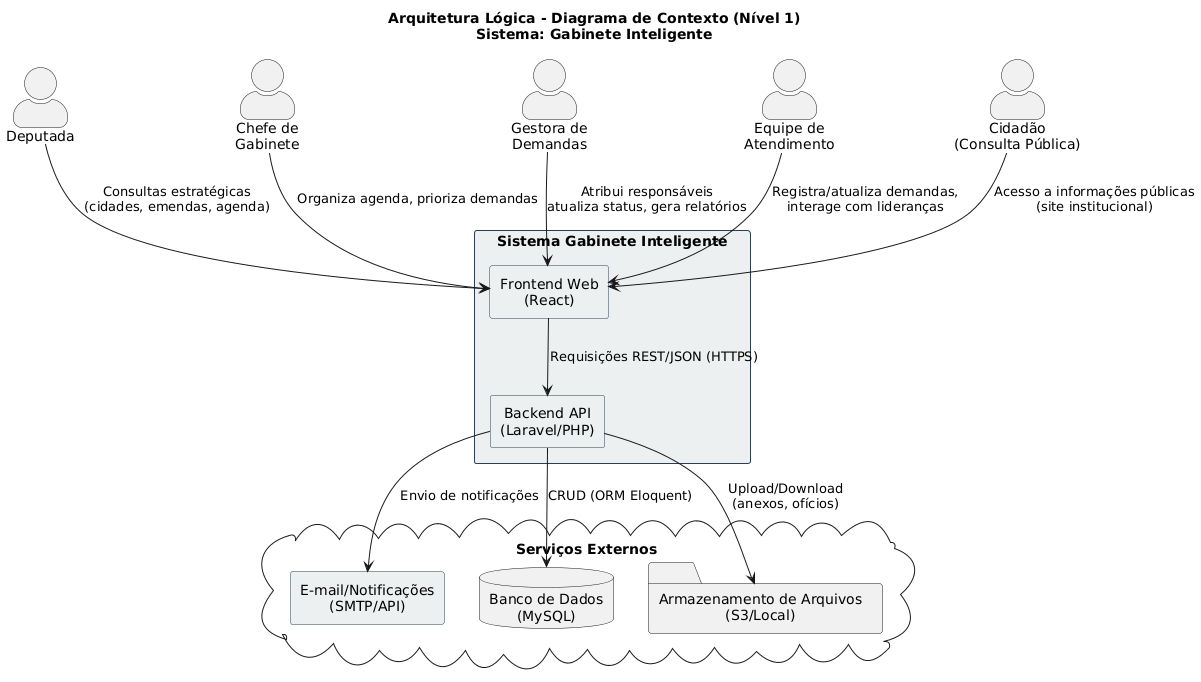
Above: Artefatos/Arquitetura/Diagrama-contexto.png in ICEI-PUC-Minas-PPLES-TI/plf-es-2025-2-tcci-0393100-dev-bernardo-biondini (PlantUML), before the change. Its diagram source:
```plantuml
@startuml
title Arquitetura Lógica - Diagrama de Contexto (Nível 1)\nSistema: Gabinete Inteligente

skinparam shadowing false
skinparam rectangle {
  BorderColor #2c3e50
  BackgroundColor #ecf0f1
}
skinparam actorStyle awesome
skinparam defaultTextAlignment center

actor "Deputada" as Deputada
actor "Chefe de\nGabinete" as Chefe
actor "Gestora de\nDemandas" as Gestora
actor "Equipe de\nAtendimento" as Atendimento
actor "Cidadão\n(Consulta Pública)" as Cidadao

rectangle "Sistema Gabinete Inteligente" as SGI {
  rectangle "Frontend Web\n(React)" as FE
  rectangle "Backend API\n(Laravel/PHP)" as BE
}

cloud "Serviços Externos" as Ext {
  rectangle "E-mail/Notificações\n(SMTP/API)" as Email
  database "Banco de Dados\n(MySQL)" as DB
  folder "Armazenamento de Arquivos\n(S3/Local)" as Storage
}

Deputada --> FE : Consultas estratégicas\n(cidades, emendas, agenda)
Chefe --> FE : Organiza agenda, prioriza demandas
Gestora --> FE : Atribui responsáveis\natualiza status, gera relatórios
Atendimento --> FE : Registra/atualiza demandas,\ninterage com lideranças
Cidadao --> FE : Acesso a informações públicas\n(site institucional)

FE --> BE : Requisições REST/JSON (HTTPS)
BE --> DB : CRUD (ORM Eloquent)
BE --> Storage : Upload/Download\n(anexos, ofícios)
BE --> Email : Envio de notificações
@enduml
```
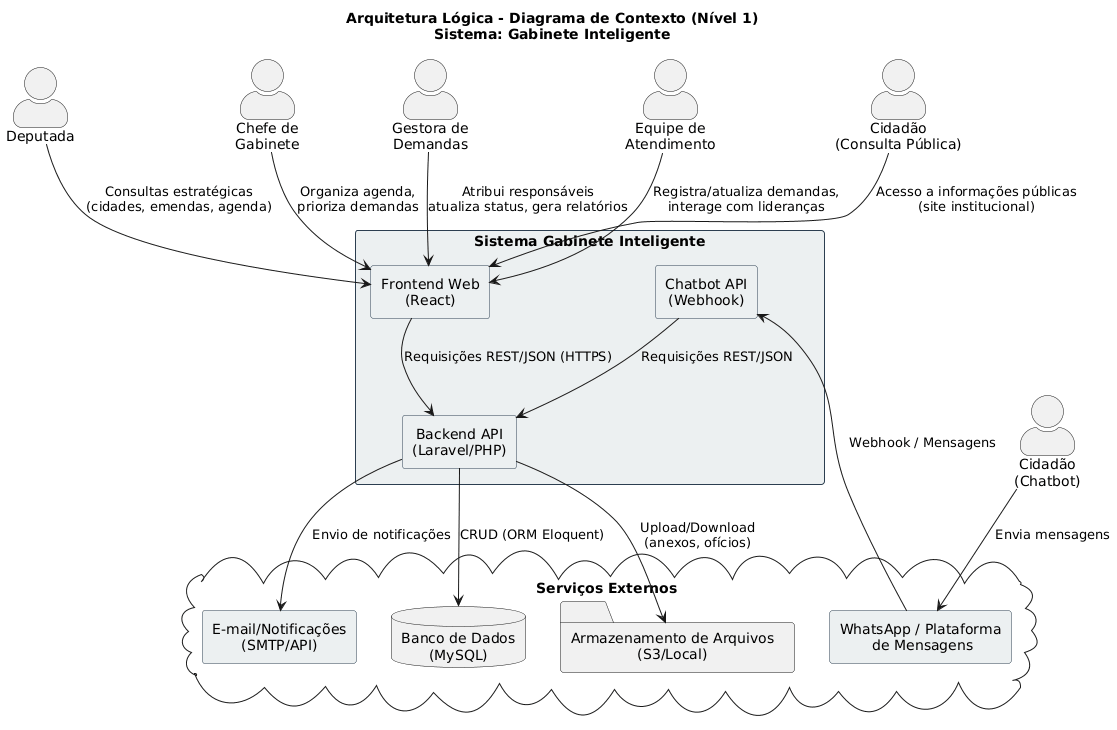
The same diagram one commit later.

The edit, as a diff of the source:
```diff
@@ -13,24 +13,31 @@
 actor "Chefe de\nGabinete" as Chefe
 actor "Gestora de\nDemandas" as Gestora
 actor "Equipe de\nAtendimento" as Atendimento
-actor "Cidadão\n(Consulta Pública)" as Cidadao
+actor "Cidadão\n(Consulta Pública)" as CidadaoWeb
+actor "Cidadão\n(Chatbot)" as CidadaoChat
 
 rectangle "Sistema Gabinete Inteligente" as SGI {
   rectangle "Frontend Web\n(React)" as FE
   rectangle "Backend API\n(Laravel/PHP)" as BE
+  rectangle "Chatbot API\n(Webhook)" as Chatbot
 }
 
 cloud "Serviços Externos" as Ext {
+  rectangle "WhatsApp / Plataforma\n de Mensagens" as WhatsApp
   rectangle "E-mail/Notificações\n(SMTP/API)" as Email
   database "Banco de Dados\n(MySQL)" as DB
   folder "Armazenamento de Arquivos\n(S3/Local)" as Storage
 }
 
 Deputada --> FE : Consultas estratégicas\n(cidades, emendas, agenda)
-Chefe --> FE : Organiza agenda, prioriza demandas
+Chefe --> FE : Organiza agenda,\nprioriza demandas
 Gestora --> FE : Atribui responsáveis\natualiza status, gera relatórios
 Atendimento --> FE : Registra/atualiza demandas,\ninterage com lideranças
-Cidadao --> FE : Acesso a informações públicas\n(site institucional)
+CidadaoWeb --> FE : Acesso a informações públicas\n(site institucional)
+
+CidadaoChat --> WhatsApp : Envia mensagens
+WhatsApp --> Chatbot : Webhook / Mensagens
+Chatbot --> BE : Requisições REST/JSON
 
 FE --> BE : Requisições REST/JSON (HTTPS)
 BE --> DB : CRUD (ORM Eloquent)
```
